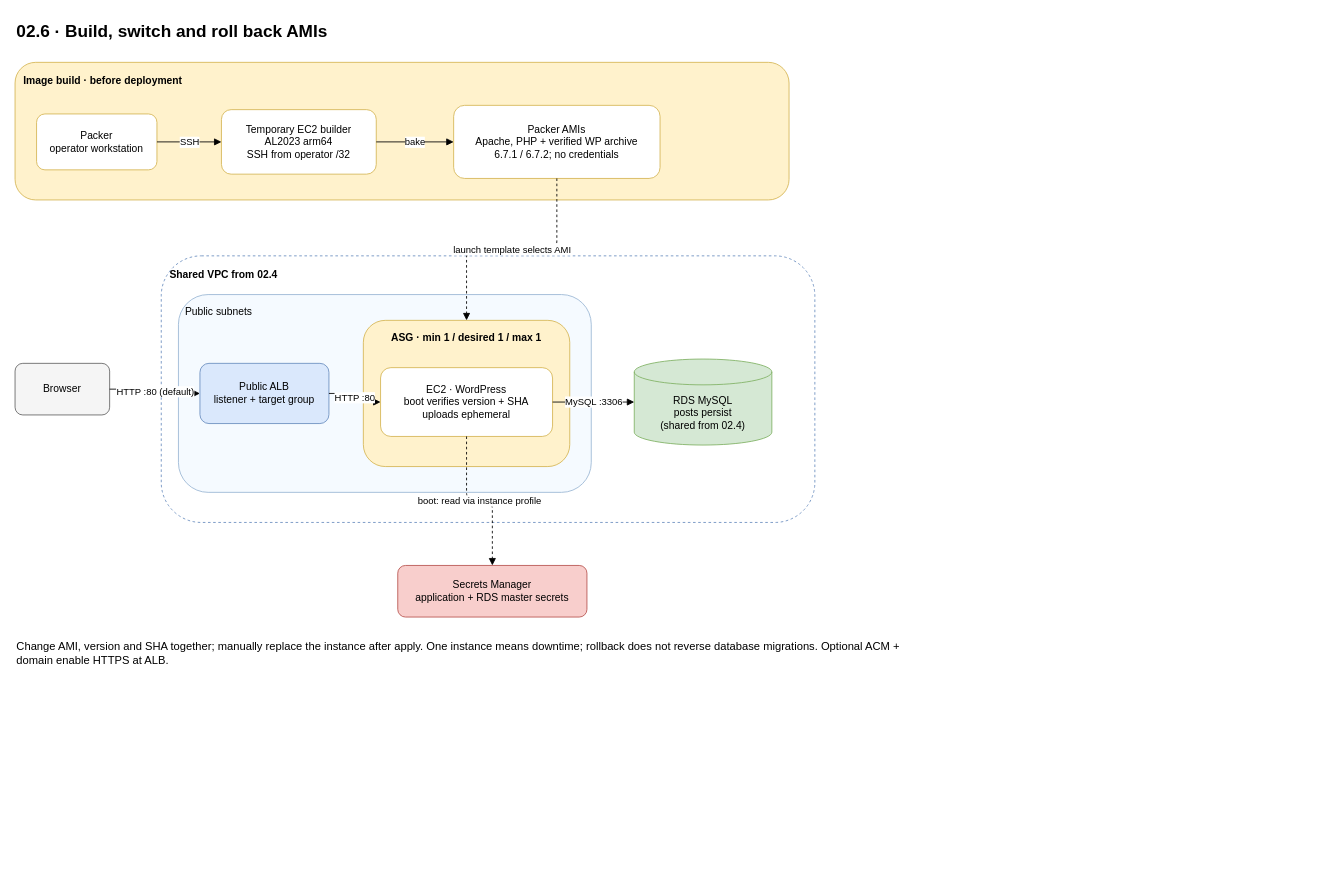
Before: course/infra/labs/aws/02-wordpress/02.6-ami/diagram.drawio in raelga/kubernetes-talks, a draw.io diagram. Source tidied: cells renumbered, new cells numbered last; positions are measured from the earlier drawing's top-left corner, leaving out a move shared by most shapes. Both pictures are drawn from the tidied source at 86%, with x=0, y=0 at pixel (15, 15).
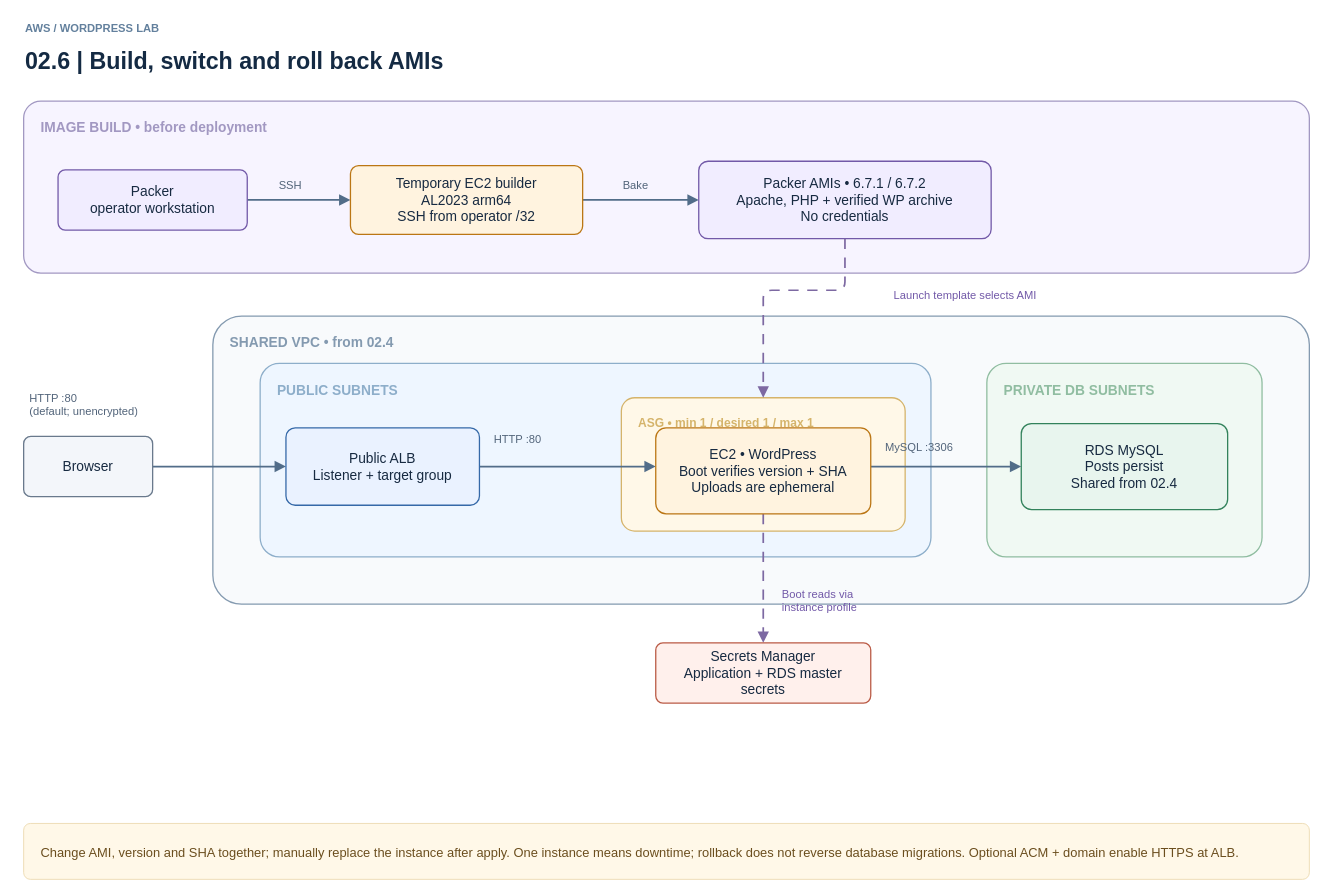
Above is the later version.

Change to the diagram source:
```diff
@@
-<mxGraphModel>
+<mxGraphModel background="#ffffff">
@@
+    <mxCell id="23" value="AWS  /  WORDPRESS LAB" style="text;html=1;whiteSpace=wrap;overflow=hidden;align=left;verticalAlign=middle;fontFamily=Helvetica;fontSize=13;fontColor=#63809d;fontStyle=1;" parent="1" vertex="1">
+      <mxGeometry x="10" y="5" width="500" height="20" as="geometry" />
+    </mxCell>
-    <mxCell id="2" value="02.6 · Build, switch and roll back AMIs" style="text;html=1;fontSize=20;fontStyle=1;align=left;" parent="1" vertex="1">
-      <mxGeometry width="650" height="35" as="geometry" />
+    <mxCell id="2" value="02.6  |  Build, switch and roll back AMIs" style="text;html=1;whiteSpace=wrap;overflow=hidden;align=left;verticalAlign=middle;fontFamily=Helvetica;fontSize=27;fontColor=#142a43;fontStyle=1;" parent="1" vertex="1">
+      <mxGeometry x="10" y="33" width="1450" height="42" as="geometry" />
     </mxCell>
-    <mxCell id="3" value="Image build · before deployment" style="rounded=1;whiteSpace=wrap;html=1;fillColor=#fff2cc;strokeColor=#d6b656;verticalAlign=top;align=left;spacing=10;fontStyle=1;" parent="1" vertex="1">
-      <mxGeometry y="55" width="900" height="160" as="geometry" />
+    <mxCell id="3" value="IMAGE BUILD  •  before deployment" style="rounded=1;arcSize=10;whiteSpace=wrap;html=1;align=left;verticalAlign=top;spacingLeft=18;spacingTop=15;fontFamily=Helvetica;fontSize=16;fontStyle=1;fontColor=#a298c2;fillColor=#f7f4ff;strokeColor=#a298c2;strokeWidth=1.5;" parent="1" vertex="1">
+      <mxGeometry x="10" y="100" width="1495" height="200" as="geometry" />
     </mxCell>
+    <mxCell id="24" style="edgeStyle=orthogonalEdgeStyle;rounded=1;html=1;endArrow=block;endFill=1;endSize=8;strokeWidth=2;strokeColor=#526d89;" parent="1" edge="1">
+      <mxGeometry relative="1" as="geometry">
+        <mxPoint x="270" y="215" as="sourcePoint" />
+        <mxPoint x="390" y="215" as="targetPoint" />
+      </mxGeometry>
+    </mxCell>
+    <mxCell id="25" style="edgeStyle=orthogonalEdgeStyle;rounded=1;html=1;endArrow=block;endFill=1;endSize=8;strokeWidth=2;strokeColor=#526d89;" parent="1" edge="1">
+      <mxGeometry relative="1" as="geometry">
+        <mxPoint x="660" y="215" as="sourcePoint" />
+        <mxPoint x="795" y="215" as="targetPoint" />
+      </mxGeometry>
+    </mxCell>
-    <mxCell id="4" value="Packer&#10;operator workstation" style="rounded=1;whiteSpace=wrap;html=1;fillColor=#ffffff;strokeColor=#d6b656;" parent="1" vertex="1">
-      <mxGeometry x="25" y="115" width="140" height="65" as="geometry" />
+    <mxCell id="4" value="Packer&#10;operator workstation" style="rounded=1;arcSize=12;whiteSpace=wrap;html=1;align=center;verticalAlign=middle;spacing=8;fontFamily=Helvetica;fontSize=16;fontColor=#172a41;fillColor=#f1edff;strokeColor=#7259a8;strokeWidth=1.5;" parent="1" vertex="1">
+      <mxGeometry x="50" y="180" width="220" height="70" as="geometry" />
     </mxCell>
-    <mxCell id="5" value="Temporary EC2 builder&#10;AL2023 arm64&#10;SSH from operator /32" style="rounded=1;whiteSpace=wrap;html=1;fillColor=#ffffff;strokeColor=#d6b656;" parent="1" vertex="1">
-      <mxGeometry x="240" y="110" width="180" height="75" as="geometry" />
+    <mxCell id="5" value="Temporary EC2 builder&#10;AL2023 arm64&#10;SSH from operator /32" style="rounded=1;arcSize=12;whiteSpace=wrap;html=1;align=center;verticalAlign=middle;spacing=8;fontFamily=Helvetica;fontSize=16;fontColor=#172a41;fillColor=#fff3df;strokeColor=#bb7614;strokeWidth=1.5;" parent="1" vertex="1">
+      <mxGeometry x="390" y="175" width="270" height="80" as="geometry" />
     </mxCell>
-    <mxCell id="6" value="Packer AMIs&#10;Apache, PHP + verified WP archive&#10;6.7.1 / 6.7.2; no credentials" style="rounded=1;whiteSpace=wrap;html=1;fillColor=#ffffff;strokeColor=#d6b656;" parent="1" vertex="1">
-      <mxGeometry x="510" y="105" width="240" height="85" as="geometry" />
+    <mxCell id="6" value="Packer AMIs  •  6.7.1 / 6.7.2&#10;Apache, PHP + verified WP archive&#10;No credentials" style="rounded=1;arcSize=12;whiteSpace=wrap;html=1;align=center;verticalAlign=middle;spacing=8;fontFamily=Helvetica;fontSize=16;fontColor=#172a41;fillColor=#f1edff;strokeColor=#7259a8;strokeWidth=1.5;" parent="1" vertex="1">
+      <mxGeometry x="795" y="170" width="340" height="90" as="geometry" />
     </mxCell>
+    <mxCell id="26" value="SSH" style="text;html=1;whiteSpace=wrap;overflow=hidden;align=left;verticalAlign=middle;fontFamily=Helvetica;fontSize=13;fontColor=#52647a;fontStyle=0;" parent="1" vertex="1">
+      <mxGeometry x="305" y="185" width="70" height="25" as="geometry" />
+    </mxCell>
+    <mxCell id="27" value="Bake" style="text;html=1;whiteSpace=wrap;overflow=hidden;align=left;verticalAlign=middle;fontFamily=Helvetica;fontSize=13;fontColor=#52647a;fontStyle=0;" parent="1" vertex="1">
+      <mxGeometry x="705" y="185" width="70" height="25" as="geometry" />
+    </mxCell>
-    <mxCell id="7" value="Shared VPC from 02.4" style="rounded=1;whiteSpace=wrap;html=1;fillColor=none;strokeColor=#6c8ebf;dashed=1;verticalAlign=top;align=left;spacing=10;fontStyle=1;" parent="1" vertex="1">
-      <mxGeometry x="170" y="280" width="760" height="310" as="geometry" />
+    <mxCell id="7" value="SHARED VPC  •  from 02.4" style="rounded=1;arcSize=10;whiteSpace=wrap;html=1;align=left;verticalAlign=top;spacingLeft=18;spacingTop=15;fontFamily=Helvetica;fontSize=16;fontStyle=1;fontColor=#849ab0;fillColor=#f8fafc;strokeColor=#849ab0;strokeWidth=1.5;" parent="1" vertex="1">
+      <mxGeometry x="230" y="350" width="1275" height="335" as="geometry" />
     </mxCell>
-    <mxCell id="8" value="Public subnets" style="rounded=1;whiteSpace=wrap;html=1;fillColor=#f5faff;strokeColor=#9bb7d4;verticalAlign=top;align=left;spacing=8;" parent="1" vertex="1">
-      <mxGeometry x="190" y="325" width="480" height="230" as="geometry" />
+    <mxCell id="8" value="PUBLIC SUBNETS" style="rounded=1;arcSize=10;whiteSpace=wrap;html=1;align=left;verticalAlign=top;spacingLeft=18;spacingTop=15;fontFamily=Helvetica;fontSize=16;fontStyle=1;fontColor=#8daeca;fillColor=#eef6ff;strokeColor=#8daeca;strokeWidth=1.5;" parent="1" vertex="1">
+      <mxGeometry x="285" y="405" width="780" height="225" as="geometry" />
     </mxCell>
-    <mxCell id="9" value="Browser" style="rounded=1;whiteSpace=wrap;html=1;fillColor=#f5f5f5;strokeColor=#666666;" parent="1" vertex="1">
-      <mxGeometry y="405" width="110" height="60" as="geometry" />
-    </mxCell>
-    <mxCell id="10" value="Public ALB&#10;listener + target group" style="rounded=1;whiteSpace=wrap;html=1;fillColor=#dae8fc;strokeColor=#6c8ebf;" parent="1" vertex="1">
-      <mxGeometry x="215" y="405" width="150" height="70" as="geometry" />
-    </mxCell>
-    <mxCell id="11" value="ASG · min 1 / desired 1 / max 1" style="rounded=1;whiteSpace=wrap;html=1;fillColor=#fff2cc;strokeColor=#d6b656;verticalAlign=top;spacing=8;fontStyle=1;" parent="1" vertex="1">
-      <mxGeometry x="405" y="355" width="240" height="170" as="geometry" />
+    <mxCell id="11" value="ASG  •  min 1 / desired 1 / max 1" style="rounded=1;arcSize=10;whiteSpace=wrap;html=1;align=left;verticalAlign=top;spacingLeft=18;spacingTop=15;fontFamily=Helvetica;fontSize=14;fontStyle=1;fontColor=#d5b46b;fillColor=#fff8e8;strokeColor=#d5b46b;strokeWidth=1.5;" parent="1" vertex="1">
+      <mxGeometry x="705" y="445" width="330" height="155" as="geometry" />
     </mxCell>
-    <mxCell id="12" value="EC2 · WordPress&#10;boot verifies version + SHA&#10;uploads ephemeral" style="rounded=1;whiteSpace=wrap;html=1;fillColor=#ffffff;strokeColor=#d6b656;" parent="1" vertex="1">
-      <mxGeometry x="425" y="410" width="200" height="80" as="geometry" />
-    </mxCell>
-    <mxCell id="13" value="RDS MySQL&#10;posts persist&#10;(shared from 02.4)" style="shape=cylinder3;whiteSpace=wrap;html=1;boundedLbl=1;backgroundOutline=1;size=15;fillColor=#d5e8d4;strokeColor=#82b366;" parent="1" vertex="1">
-      <mxGeometry x="720" y="400" width="160" height="100" as="geometry" />
-    </mxCell>
-    <mxCell id="14" value="Secrets Manager&#10;application + RDS master secrets" style="rounded=1;whiteSpace=wrap;html=1;fillColor=#f8cecc;strokeColor=#b85450;" parent="1" vertex="1">
-      <mxGeometry x="445" y="640" width="220" height="60" as="geometry" />
-    </mxCell>
+    <mxCell id="28" value="PRIVATE DB SUBNETS" style="rounded=1;arcSize=10;whiteSpace=wrap;html=1;align=left;verticalAlign=top;spacingLeft=18;spacingTop=15;fontFamily=Helvetica;fontSize=16;fontStyle=1;fontColor=#90bda1;fillColor=#f0f9f3;strokeColor=#90bda1;strokeWidth=1.5;" parent="1" vertex="1">
+      <mxGeometry x="1130" y="405" width="320" height="225" as="geometry" />
+    </mxCell>
-    <mxCell id="15" value="SSH" style="edgeStyle=orthogonalEdgeStyle;html=1;endArrow=block;" parent="1" edge="1" source="4" target="5">
-      <mxGeometry relative="1" as="geometry" />
+    <mxCell id="15" style="edgeStyle=orthogonalEdgeStyle;rounded=1;html=1;endArrow=block;endFill=1;endSize=8;strokeWidth=2;strokeColor=#526d89;" parent="1" edge="1">
+      <mxGeometry relative="1" as="geometry">
+        <mxPoint x="160" y="525" as="sourcePoint" />
+        <mxPoint x="315" y="525" as="targetPoint" />
+      </mxGeometry>
     </mxCell>
-    <mxCell id="16" value="bake" style="edgeStyle=orthogonalEdgeStyle;html=1;endArrow=block;" parent="1" edge="1" source="5" target="6">
-      <mxGeometry relative="1" as="geometry" />
+    <mxCell id="16" style="edgeStyle=orthogonalEdgeStyle;rounded=1;html=1;endArrow=block;endFill=1;endSize=8;strokeWidth=2;strokeColor=#526d89;" parent="1" edge="1">
+      <mxGeometry relative="1" as="geometry">
+        <mxPoint x="540" y="525" as="sourcePoint" />
+        <mxPoint x="745" y="525" as="targetPoint" />
+      </mxGeometry>
     </mxCell>
-    <mxCell id="17" value="launch template selects AMI" style="edgeStyle=orthogonalEdgeStyle;html=1;endArrow=block;dashed=1;" parent="1" edge="1" source="6" target="11">
-      <mxGeometry relative="1" as="geometry" />
+    <mxCell id="17" style="edgeStyle=orthogonalEdgeStyle;rounded=1;html=1;endArrow=block;endFill=1;endSize=8;strokeWidth=2;strokeColor=#526d89;" parent="1" edge="1">
+      <mxGeometry relative="1" as="geometry">
+        <mxPoint x="995" y="525" as="sourcePoint" />
+        <mxPoint x="1170" y="525" as="targetPoint" />
+      </mxGeometry>
     </mxCell>
-    <mxCell id="18" value="HTTP :80 (default)" style="edgeStyle=orthogonalEdgeStyle;html=1;endArrow=block;" parent="1" edge="1" source="9" target="10">
-      <mxGeometry relative="1" as="geometry" />
+    <mxCell id="18" style="edgeStyle=orthogonalEdgeStyle;rounded=1;html=1;endArrow=block;endFill=1;endSize=8;strokeWidth=2;strokeColor=#7d69a2;dashed=1;dashPattern=6 5;" parent="1" edge="1">
+      <mxGeometry relative="1" as="geometry">
+        <mxPoint x="870" y="580" as="sourcePoint" />
+        <mxPoint x="870" y="730" as="targetPoint" />
+      </mxGeometry>
     </mxCell>
+    <mxCell id="29" style="edgeStyle=orthogonalEdgeStyle;rounded=1;html=1;endArrow=block;endFill=1;endSize=8;strokeWidth=2;strokeColor=#7d69a2;dashed=1;dashPattern=6 5;" parent="1" edge="1">
+      <mxGeometry relative="1" as="geometry">
+        <mxPoint x="965" y="260" as="sourcePoint" />
+        <mxPoint x="870" y="445" as="targetPoint" />
+        <Array as="points">
+          <mxPoint x="965" y="320" />
+          <mxPoint x="870" y="320" />
+        </Array>
+      </mxGeometry>
+    </mxCell>
+    <mxCell id="9" value="Browser" style="rounded=1;arcSize=12;whiteSpace=wrap;html=1;align=center;verticalAlign=middle;spacing=8;fontFamily=Helvetica;fontSize=16;fontColor=#172a41;fillColor=#f3f6fa;strokeColor=#69798c;strokeWidth=1.5;" parent="1" vertex="1">
+      <mxGeometry x="10" y="490" width="150" height="70" as="geometry" />
+    </mxCell>
+    <mxCell id="10" value="Public ALB&#10;Listener + target group" style="rounded=1;arcSize=12;whiteSpace=wrap;html=1;align=center;verticalAlign=middle;spacing=8;fontFamily=Helvetica;fontSize=16;fontColor=#172a41;fillColor=#eaf2ff;strokeColor=#3569a8;strokeWidth=1.5;" parent="1" vertex="1">
+      <mxGeometry x="315" y="480" width="225" height="90" as="geometry" />
+    </mxCell>
+    <mxCell id="12" value="EC2  •  WordPress&#10;Boot verifies version + SHA&#10;Uploads are ephemeral" style="rounded=1;arcSize=12;whiteSpace=wrap;html=1;align=center;verticalAlign=middle;spacing=8;fontFamily=Helvetica;fontSize=16;fontColor=#172a41;fillColor=#fff3df;strokeColor=#bb7614;strokeWidth=1.5;" parent="1" vertex="1">
+      <mxGeometry x="745" y="480" width="250" height="100" as="geometry" />
+    </mxCell>
+    <mxCell id="13" value="RDS MySQL&#10;Posts persist&#10;Shared from 02.4" style="rounded=1;arcSize=12;whiteSpace=wrap;html=1;align=center;verticalAlign=middle;spacing=8;fontFamily=Helvetica;fontSize=16;fontColor=#172a41;fillColor=#e8f5ee;strokeColor=#32825b;strokeWidth=1.5;" parent="1" vertex="1">
+      <mxGeometry x="1170" y="475" width="240" height="100" as="geometry" />
+    </mxCell>
+    <mxCell id="14" value="Secrets Manager&#10;Application + RDS master secrets" style="rounded=1;arcSize=12;whiteSpace=wrap;html=1;align=center;verticalAlign=middle;spacing=8;fontFamily=Helvetica;fontSize=16;fontColor=#172a41;fillColor=#fff0ec;strokeColor=#ba5b46;strokeWidth=1.5;" parent="1" vertex="1">
+      <mxGeometry x="745" y="730" width="250" height="70" as="geometry" />
+    </mxCell>
+    <mxCell id="30" value="HTTP :80&#10;(default; unencrypted)" style="text;html=1;whiteSpace=wrap;overflow=hidden;align=left;verticalAlign=middle;fontFamily=Helvetica;fontSize=13;fontColor=#52647a;fontStyle=0;" parent="1" vertex="1">
+      <mxGeometry x="15" y="430" width="180" height="45" as="geometry" />
+    </mxCell>
-    <mxCell id="19" value="HTTP :80" style="edgeStyle=orthogonalEdgeStyle;html=1;endArrow=block;" parent="1" edge="1" source="10" target="12">
-      <mxGeometry relative="1" as="geometry" />
+    <mxCell id="19" value="HTTP :80" style="text;html=1;whiteSpace=wrap;overflow=hidden;align=left;verticalAlign=middle;fontFamily=Helvetica;fontSize=13;fontColor=#52647a;fontStyle=0;" parent="1" vertex="1">
+      <mxGeometry x="555" y="470" width="155" height="45" as="geometry" />
     </mxCell>
-    <mxCell id="20" value="MySQL :3306" style="edgeStyle=orthogonalEdgeStyle;html=1;endArrow=block;" parent="1" edge="1" source="12" target="13">
-      <mxGeometry relative="1" as="geometry" />
+    <mxCell id="20" value="MySQL :3306" style="text;html=1;whiteSpace=wrap;overflow=hidden;align=left;verticalAlign=middle;fontFamily=Helvetica;fontSize=13;fontColor=#52647a;fontStyle=0;" parent="1" vertex="1">
+      <mxGeometry x="1010" y="490" width="120" height="23" as="geometry" />
     </mxCell>
-    <mxCell id="21" value="boot: read via instance profile" style="edgeStyle=orthogonalEdgeStyle;html=1;endArrow=block;dashed=1;" parent="1" edge="1" source="12" target="14">
-      <mxGeometry relative="1" as="geometry" />
-    </mxCell>
+    <mxCell id="31" value="Boot reads via&#10;instance profile" style="text;html=1;whiteSpace=wrap;overflow=hidden;align=left;verticalAlign=middle;fontFamily=Helvetica;fontSize=13;fontColor=#7259a8;fontStyle=0;" parent="1" vertex="1">
+      <mxGeometry x="890" y="660" width="180" height="42" as="geometry" />
+    </mxCell>
+    <mxCell id="32" value="Launch template selects AMI" style="text;html=1;whiteSpace=wrap;overflow=hidden;align=left;verticalAlign=middle;fontFamily=Helvetica;fontSize=13;fontColor=#7259a8;fontStyle=0;" parent="1" vertex="1">
+      <mxGeometry x="1020" y="313" width="230" height="25" as="geometry" />
+    </mxCell>
-    <mxCell id="22" value="Change AMI, version and SHA together; manually replace the instance after apply. One instance means downtime; rollback does not reverse database migrations. Optional ACM + domain enable HTTPS at ALB." style="text;whiteSpace=wrap;html=1;align=left;verticalAlign=top;fontSize=13;" parent="1" vertex="1">
-      <mxGeometry y="720" width="1050" height="45" as="geometry" />
+    <mxCell id="22" value="Change AMI, version and SHA together; manually replace the instance after apply. One instance means downtime; rollback does not reverse database migrations. Optional ACM + domain enable HTTPS at ALB." style="rounded=1;arcSize=12;whiteSpace=wrap;html=1;align=left;spacingLeft=18;spacingRight=18;fontFamily=Helvetica;fontSize=15;fontColor=#6b4e1e;fillColor=#fff8e8;strokeColor=#ecd9ae;" parent="1" vertex="1">
+      <mxGeometry x="10" y="940" width="1495" height="65" as="geometry" />
     </mxCell>
```
